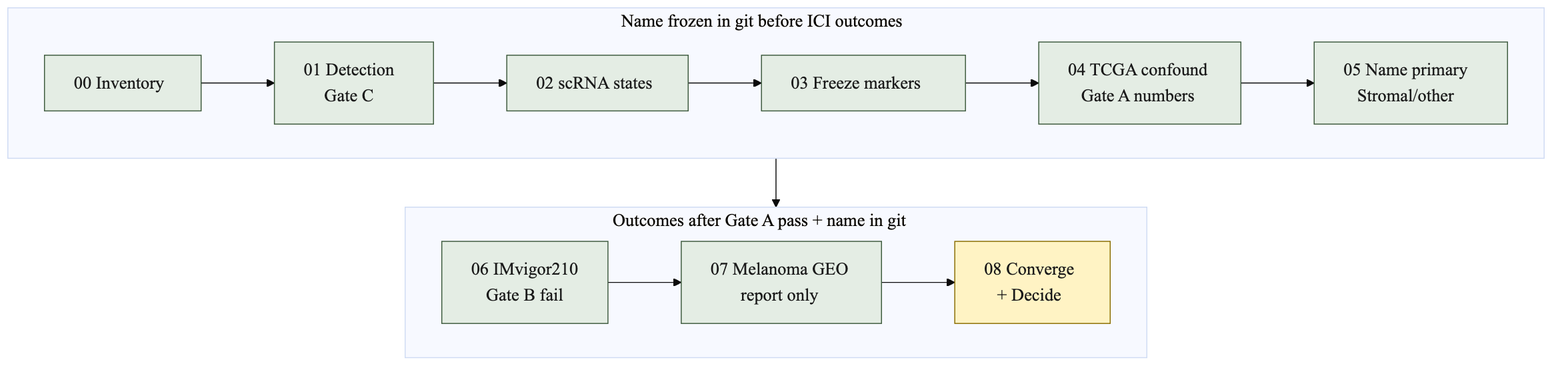
Above: docs/diagrams/scendo-units.png in cauld/scendo (Mermaid), before the change. Its source is kept beside it as docs/diagrams/scendo-units.mmd.
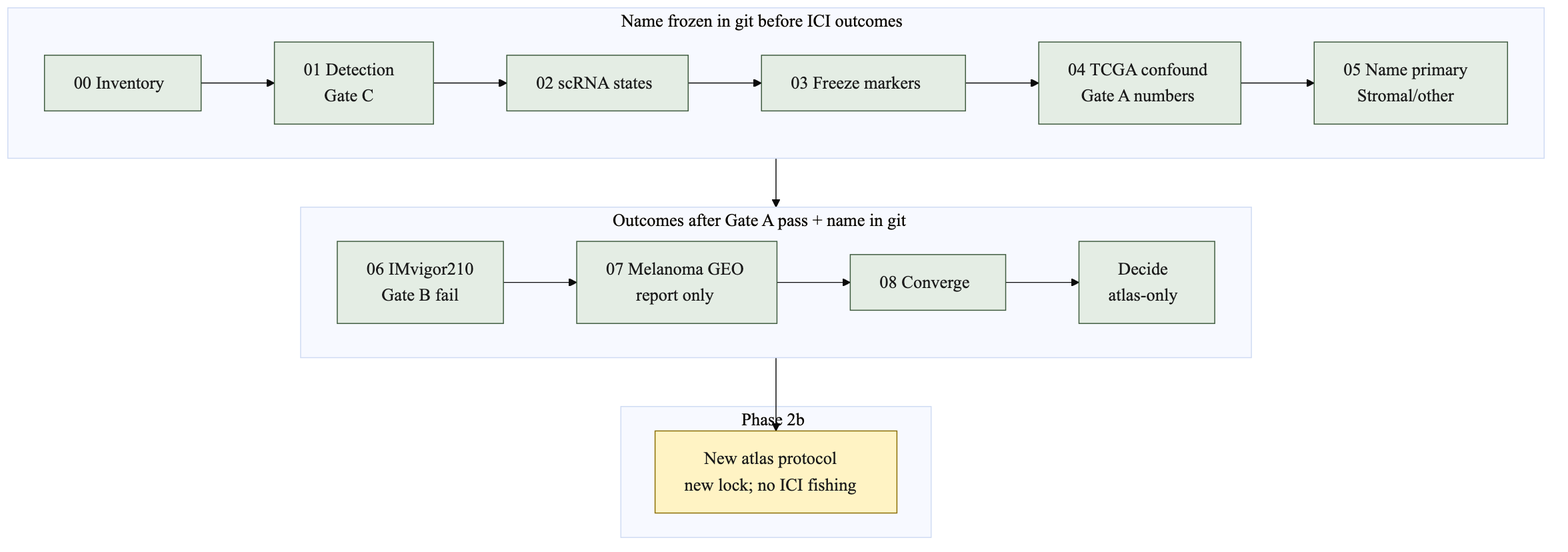
After the change.

What changed in the source:
```diff
@@ -12,13 +12,19 @@
   subgraph after["Outcomes after Gate A pass + name in git"]
     direction LR
     U06["06 IMvigor210<br/>Gate B fail"] --> U07["07 Melanoma GEO<br/>report only"]
-    U07 --> U08["08 Converge<br/>+ Decide"]
+    U07 --> U08["08 Converge"]
+    U08 --> D["Decide<br/>atlas-only"]
+  end
+
+  subgraph next["Phase 2b"]
+    P["New atlas protocol<br/>new lock; no ICI fishing"]
   end
 
   U05 --> U06
+  D --> P
 
   classDef done fill:#E4EDE4,stroke:#3D5A3D,color:#1A1A1A
   classDef now fill:#FFF3C4,stroke:#8A6D00,color:#1A1A1A
   classDef later fill:#EEEEEE,stroke:#666666,color:#1A1A1A
-  class U00,U01,U02,U03,U04,U05,U06,U07 done
-  class U08 now
+  class U00,U01,U02,U03,U04,U05,U06,U07,U08,D done
+  class P now
```
